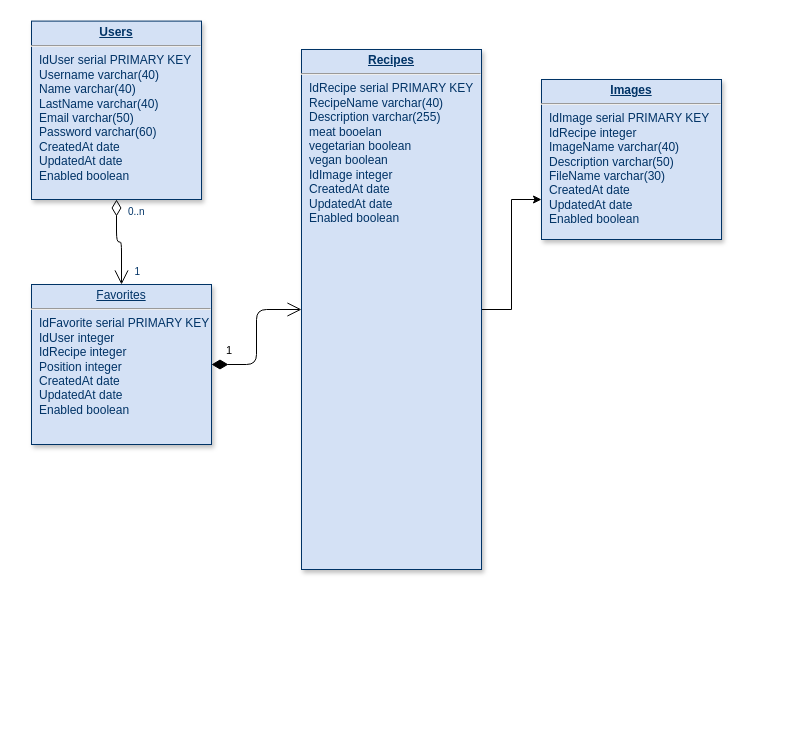
Above: Database.drawio in paraguin271828/react-cookbook (draw.io), before the change. Source tidied: cells renumbered, new cells numbered last; positions are measured from the earlier drawing's top-left corner, leaving out a move shared by most shapes. Both pictures are drawn from the tidied source at 100%, with x=0, y=0 at pixel (31, 21).
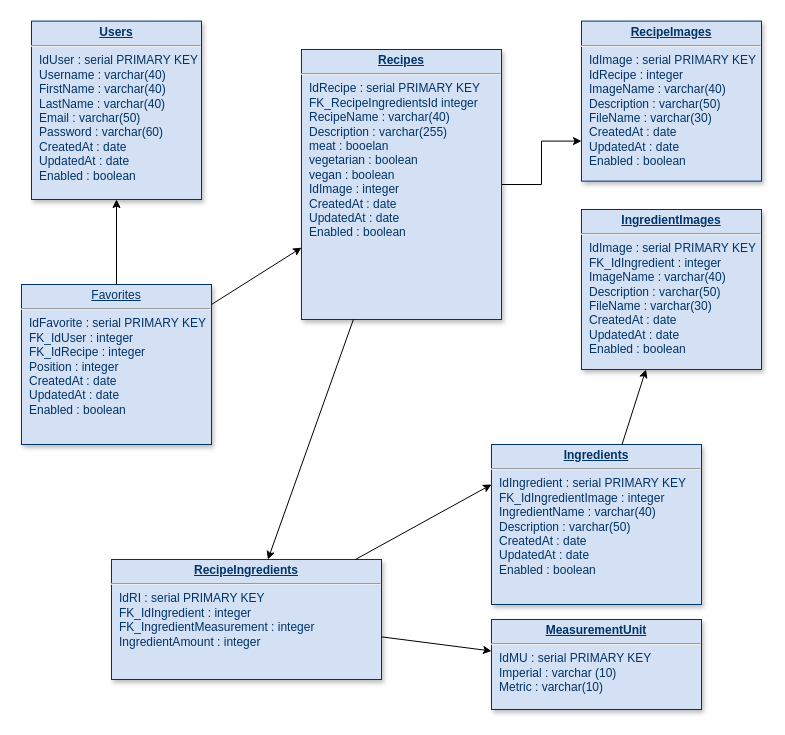
After the change.

What changed in the source:
```diff
@@
 <mxGraphModel background="#ffffff">
   <root>
     <mxCell id="0" />
     <mxCell id="1" parent="0" />
     <mxCell id="2" style="edgeStyle=orthogonalEdgeStyle;rounded=0;jettySize=auto;html=1;entryX=0;entryY=0.75;entryDx=0;entryDy=0;" parent="1" edge="1" source="3" target="10">
       <mxGeometry relative="1" as="geometry" />
     </mxCell>
-    <mxCell id="3" value="&lt;p style=&quot;margin: 0px ; margin-top: 4px ; text-align: center ; text-decoration: underline&quot;&gt;&lt;strong&gt;Recipes&lt;/strong&gt;&lt;/p&gt;&lt;hr&gt;&lt;p style=&quot;margin: 0px ; margin-left: 8px&quot;&gt;IdRecipe serial PRIMARY KEY&lt;br&gt;&lt;/p&gt;&lt;p style=&quot;margin: 0px ; margin-left: 8px&quot;&gt;RecipeName varchar(40)&lt;br&gt;&lt;/p&gt;&lt;p style=&quot;margin: 0px ; margin-left: 8px&quot;&gt;Description varchar(255)&lt;/p&gt;&lt;p style=&quot;margin: 0px ; margin-left: 8px&quot;&gt;meat booelan&lt;/p&gt;&lt;p style=&quot;margin: 0px ; margin-left: 8px&quot;&gt;vegetarian boolean&lt;/p&gt;&lt;p style=&quot;margin: 0px ; margin-left: 8px&quot;&gt;vegan boolean&lt;/p&gt;&lt;p style=&quot;margin: 0px ; margin-left: 8px&quot;&gt;IdImage integer&lt;br&gt;&lt;/p&gt;&lt;p style=&quot;margin: 0px ; margin-left: 8px&quot;&gt;CreatedAt date&lt;br&gt;&lt;/p&gt;&lt;p style=&quot;margin: 0px ; margin-left: 8px&quot;&gt;UpdatedAt date&lt;br&gt;&lt;/p&gt;&lt;p style=&quot;margin: 0px ; margin-left: 8px&quot;&gt;Enabled boolean&lt;br&gt;&lt;/p&gt;" style="verticalAlign=top;align=left;overflow=fill;fontSize=12;fontFamily=Helvetica;html=1;strokeColor=#003366;shadow=1;fillColor=#D4E1F5;fontColor=#003366;" parent="1" vertex="1">
-      <mxGeometry x="270" y="28" width="180" height="520" as="geometry" />
+    <mxCell id="3" value="&lt;p style=&quot;margin: 0px ; margin-top: 4px ; text-align: center ; text-decoration: underline&quot;&gt;&lt;strong&gt;Recipes&lt;/strong&gt;&lt;/p&gt;&lt;hr&gt;&lt;p style=&quot;margin: 0px ; margin-left: 8px&quot;&gt;IdRecipe : serial PRIMARY KEY&lt;/p&gt;&lt;p style=&quot;margin: 0px ; margin-left: 8px&quot;&gt;FK_RecipeIngredientsId integer&lt;br&gt;&lt;/p&gt;&lt;p style=&quot;margin: 0px ; margin-left: 8px&quot;&gt;RecipeName : varchar(40)&lt;br&gt;&lt;/p&gt;&lt;p style=&quot;margin: 0px ; margin-left: 8px&quot;&gt;Description : varchar(255)&lt;/p&gt;&lt;p style=&quot;margin: 0px ; margin-left: 8px&quot;&gt;meat : booelan&lt;/p&gt;&lt;p style=&quot;margin: 0px ; margin-left: 8px&quot;&gt;vegetarian : boolean&lt;/p&gt;&lt;p style=&quot;margin: 0px ; margin-left: 8px&quot;&gt;vegan : boolean&lt;/p&gt;&lt;p style=&quot;margin: 0px ; margin-left: 8px&quot;&gt;IdImage : integer&lt;br&gt;&lt;/p&gt;&lt;p style=&quot;margin: 0px ; margin-left: 8px&quot;&gt;CreatedAt : date&lt;br&gt;&lt;/p&gt;&lt;p style=&quot;margin: 0px ; margin-left: 8px&quot;&gt;UpdatedAt : date&lt;br&gt;&lt;/p&gt;&lt;p style=&quot;margin: 0px ; margin-left: 8px&quot;&gt;Enabled : boolean&lt;br&gt;&lt;/p&gt;" style="verticalAlign=top;align=left;overflow=fill;fontSize=12;fontFamily=Helvetica;html=1;strokeColor=#003366;shadow=1;fillColor=#D4E1F5;fontColor=#003366;" parent="1" vertex="1">
+      <mxGeometry x="270" y="28" width="200" height="270" as="geometry" />
     </mxCell>
-    <mxCell id="4" value="&lt;p style=&quot;margin: 0px ; margin-top: 4px ; text-align: center ; text-decoration: underline&quot;&gt;Favorites&lt;/p&gt;&lt;hr&gt;&lt;p style=&quot;margin: 0px ; margin-left: 8px&quot;&gt;IdFavorite serial PRIMARY KEY&lt;/p&gt;&lt;p style=&quot;margin: 0px ; margin-left: 8px&quot;&gt;IdUser integer&lt;br&gt;&lt;/p&gt;&lt;p style=&quot;margin: 0px ; margin-left: 8px&quot;&gt;IdRecipe integer&lt;/p&gt;&lt;p style=&quot;margin: 0px ; margin-left: 8px&quot;&gt;Position integer&lt;br&gt;&lt;/p&gt;&lt;p style=&quot;margin: 0px ; margin-left: 8px&quot;&gt;CreatedAt date&lt;br&gt;&lt;/p&gt;&lt;p style=&quot;margin: 0px ; margin-left: 8px&quot;&gt;UpdatedAt date&lt;br&gt;&lt;/p&gt;&lt;p style=&quot;margin: 0px ; margin-left: 8px&quot;&gt;Enabled boolean&lt;br&gt;&lt;/p&gt;" style="verticalAlign=top;align=left;overflow=fill;fontSize=12;fontFamily=Helvetica;html=1;strokeColor=#003366;shadow=1;fillColor=#D4E1F5;fontColor=#003366;" parent="1" vertex="1">
-      <mxGeometry y="263" width="180" height="160" as="geometry" />
+    <mxCell id="4" value="&lt;p style=&quot;margin: 0px ; margin-top: 4px ; text-align: center ; text-decoration: underline&quot;&gt;Favorites&lt;/p&gt;&lt;hr&gt;&lt;p style=&quot;margin: 0px ; margin-left: 8px&quot;&gt;IdFavorite : serial PRIMARY KEY&lt;/p&gt;&lt;p style=&quot;margin: 0px ; margin-left: 8px&quot;&gt;FK_IdUser : integer&lt;br&gt;&lt;/p&gt;&lt;p style=&quot;margin: 0px ; margin-left: 8px&quot;&gt;FK_IdRecipe : integer&lt;/p&gt;&lt;p style=&quot;margin: 0px ; margin-left: 8px&quot;&gt;Position : integer&lt;br&gt;&lt;/p&gt;&lt;p style=&quot;margin: 0px ; margin-left: 8px&quot;&gt;CreatedAt : date&lt;br&gt;&lt;/p&gt;&lt;p style=&quot;margin: 0px ; margin-left: 8px&quot;&gt;UpdatedAt : date&lt;br&gt;&lt;/p&gt;&lt;p style=&quot;margin: 0px ; margin-left: 8px&quot;&gt;Enabled : boolean&lt;br&gt;&lt;/p&gt;" style="verticalAlign=top;align=left;overflow=fill;fontSize=12;fontFamily=Helvetica;html=1;strokeColor=#003366;shadow=1;fillColor=#D4E1F5;fontColor=#003366;" parent="1" vertex="1">
+      <mxGeometry x="-10" y="263" width="190" height="160" as="geometry" />
     </mxCell>
-    <mxCell id="5" value="&lt;p style=&quot;margin: 0px ; margin-top: 4px ; text-align: center ; text-decoration: underline&quot;&gt;&lt;strong&gt;Users&lt;/strong&gt;&lt;/p&gt;&lt;hr&gt;&lt;p style=&quot;margin: 0px ; margin-left: 8px&quot;&gt;IdUser serial PRIMARY KEY&lt;br&gt;&lt;/p&gt;&lt;p style=&quot;margin: 0px ; margin-left: 8px&quot;&gt;Username varchar(40)&lt;br&gt;&lt;/p&gt;&lt;p style=&quot;margin: 0px ; margin-left: 8px&quot;&gt;Name varchar(40)&lt;br&gt;&lt;/p&gt;&lt;p style=&quot;margin: 0px ; margin-left: 8px&quot;&gt;LastName varchar(40)&lt;br&gt;&lt;/p&gt;&lt;p style=&quot;margin: 0px ; margin-left: 8px&quot;&gt;Email varchar(50)&lt;br&gt;&lt;/p&gt;&lt;p style=&quot;margin: 0px ; margin-left: 8px&quot;&gt;Password varchar(60)&lt;br&gt;&lt;/p&gt;&lt;p style=&quot;margin: 0px ; margin-left: 8px&quot;&gt;CreatedAt date&lt;br&gt;&lt;/p&gt;&lt;p style=&quot;margin: 0px ; margin-left: 8px&quot;&gt;UpdatedAt date&lt;br&gt;&lt;/p&gt;&lt;p style=&quot;margin: 0px ; margin-left: 8px&quot;&gt;Enabled boolean&lt;br&gt;&lt;/p&gt;" style="verticalAlign=top;align=left;overflow=fill;fontSize=12;fontFamily=Helvetica;html=1;strokeColor=#003366;shadow=1;fillColor=#D4E1F5;fontColor=#003366;" parent="1" vertex="1">
+    <mxCell id="5" value="&lt;p style=&quot;margin: 0px ; margin-top: 4px ; text-align: center ; text-decoration: underline&quot;&gt;&lt;strong&gt;Users&lt;/strong&gt;&lt;/p&gt;&lt;hr&gt;&lt;p style=&quot;margin: 0px ; margin-left: 8px&quot;&gt;IdUser : serial PRIMARY KEY&lt;br&gt;&lt;/p&gt;&lt;p style=&quot;margin: 0px ; margin-left: 8px&quot;&gt;Username : varchar(40)&lt;br&gt;&lt;/p&gt;&lt;p style=&quot;margin: 0px ; margin-left: 8px&quot;&gt;FirstName : varchar(40)&lt;br&gt;&lt;/p&gt;&lt;p style=&quot;margin: 0px ; margin-left: 8px&quot;&gt;LastName : varchar(40)&lt;br&gt;&lt;/p&gt;&lt;p style=&quot;margin: 0px ; margin-left: 8px&quot;&gt;Email : varchar(50)&lt;br&gt;&lt;/p&gt;&lt;p style=&quot;margin: 0px ; margin-left: 8px&quot;&gt;Password : varchar(60)&lt;br&gt;&lt;/p&gt;&lt;p style=&quot;margin: 0px ; margin-left: 8px&quot;&gt;CreatedAt : date&lt;br&gt;&lt;/p&gt;&lt;p style=&quot;margin: 0px ; margin-left: 8px&quot;&gt;UpdatedAt : date&lt;br&gt;&lt;/p&gt;&lt;p style=&quot;margin: 0px ; margin-left: 8px&quot;&gt;Enabled : boolean&lt;br&gt;&lt;/p&gt;" style="verticalAlign=top;align=left;overflow=fill;fontSize=12;fontFamily=Helvetica;html=1;strokeColor=#003366;shadow=1;fillColor=#D4E1F5;fontColor=#003366;" parent="1" vertex="1">
       <mxGeometry y="-0.4" width="170" height="178.4" as="geometry" />
     </mxCell>
-    <mxCell id="6" style="endArrow=open;endSize=12;startArrow=diamondThin;startSize=14;startFill=0;edgeStyle=orthogonalEdgeStyle;" parent="1" edge="1" source="5" target="4">
-      <mxGeometry x="620" y="340" as="geometry" />
-    </mxCell>
-    <mxCell id="7" value="0..n" style="align=left;verticalAlign=top;labelBackgroundColor=#ffffff;fontSize=10;strokeColor=#003366;shadow=1;fillColor=#D4E1F5;fontColor=#003366;" parent="6" vertex="1">
-      <mxGeometry x="-1" relative="1" as="geometry">
-        <mxPoint x="10" as="offset" />
-      </mxGeometry>
-    </mxCell>
-    <mxCell id="8" value="1" style="align=right;verticalAlign=top;labelBackgroundColor=#ffffff;fontSize=10;strokeColor=#003366;shadow=1;fillColor=#D4E1F5;fontColor=#003366;" parent="6" vertex="1">
-      <mxGeometry x="1" relative="1" as="geometry">
-        <mxPoint x="20" y="-25" as="offset" />
-      </mxGeometry>
-    </mxCell>
+    <mxCell id="10" value="&lt;p style=&quot;margin: 0px ; margin-top: 4px ; text-align: center ; text-decoration: underline&quot;&gt;&lt;strong&gt;RecipeImages&lt;/strong&gt;&lt;/p&gt;&lt;hr&gt;&lt;p style=&quot;margin: 0px ; margin-left: 8px&quot;&gt;IdImage : serial PRIMARY KEY&lt;/p&gt;&lt;p style=&quot;margin: 0px ; margin-left: 8px&quot;&gt;IdRecipe : integer&lt;br&gt;&lt;/p&gt;&lt;p style=&quot;margin: 0px ; margin-left: 8px&quot;&gt;ImageName : varchar(40)&lt;br&gt;&lt;/p&gt;&lt;p style=&quot;margin: 0px ; margin-left: 8px&quot;&gt;Description : varchar(50)&lt;/p&gt;&lt;p style=&quot;margin: 0px ; margin-left: 8px&quot;&gt;FileName : varchar(30)&lt;/p&gt;&lt;p style=&quot;margin: 0px ; margin-left: 8px&quot;&gt;CreatedAt : date&lt;br&gt;&lt;/p&gt;&lt;p style=&quot;margin: 0px ; margin-left: 8px&quot;&gt;UpdatedAt : date&lt;br&gt;&lt;/p&gt;&lt;p style=&quot;margin: 0px ; margin-left: 8px&quot;&gt;Enabled : boolean&lt;br&gt;&lt;/p&gt;" style="verticalAlign=top;align=left;overflow=fill;fontSize=12;fontFamily=Helvetica;html=1;strokeColor=#003366;shadow=1;fillColor=#D4E1F5;fontColor=#003366;" parent="1" vertex="1">
+      <mxGeometry x="550" y="-0.4" width="180" height="160" as="geometry" />
+    </mxCell>
+    <mxCell id="11" value="&lt;p style=&quot;margin: 0px ; margin-top: 4px ; text-align: center ; text-decoration: underline&quot;&gt;&lt;strong&gt;RecipeIngredients&lt;/strong&gt;&lt;/p&gt;&lt;hr&gt;&lt;p style=&quot;margin: 0px ; margin-left: 8px&quot;&gt;IdRI : serial PRIMARY KEY&lt;/p&gt;&lt;p style=&quot;margin: 0px ; margin-left: 8px&quot;&gt;FK_IdIngredient : integer&lt;/p&gt;&lt;p style=&quot;margin: 0px ; margin-left: 8px&quot;&gt;FK_IngredientMeasurement : integer&lt;/p&gt;&lt;p style=&quot;margin: 0px ; margin-left: 8px&quot;&gt;IngredientAmount : integer&lt;br&gt;&lt;/p&gt;" style="verticalAlign=top;align=left;overflow=fill;fontSize=12;fontFamily=Helvetica;html=1;strokeColor=#003366;shadow=1;fillColor=#D4E1F5;fontColor=#003366;" parent="1" vertex="1">
+      <mxGeometry x="80" y="538" width="270" height="120" as="geometry" />
+    </mxCell>
+    <mxCell id="12" value="&lt;p style=&quot;margin: 0px ; margin-top: 4px ; text-align: center ; text-decoration: underline&quot;&gt;&lt;strong&gt;Ingredients&lt;/strong&gt;&lt;/p&gt;&lt;hr&gt;&lt;p style=&quot;margin: 0px ; margin-left: 8px&quot;&gt;IdIngredient : serial PRIMARY KEY&lt;/p&gt;&lt;p style=&quot;margin: 0px ; margin-left: 8px&quot;&gt;FK_IdIngredientImage : integer&lt;br&gt;&lt;/p&gt;&lt;p style=&quot;margin: 0px ; margin-left: 8px&quot;&gt;IngredientName : varchar(40)&lt;br&gt;&lt;/p&gt;&lt;p style=&quot;margin: 0px ; margin-left: 8px&quot;&gt;Description : varchar(50)&lt;/p&gt;&lt;p style=&quot;margin: 0px ; margin-left: 8px&quot;&gt;CreatedAt : date&lt;br&gt;&lt;/p&gt;&lt;p style=&quot;margin: 0px ; margin-left: 8px&quot;&gt;UpdatedAt : date&lt;br&gt;&lt;/p&gt;&lt;p style=&quot;margin: 0px ; margin-left: 8px&quot;&gt;Enabled : boolean&lt;br&gt;&lt;/p&gt;" style="verticalAlign=top;align=left;overflow=fill;fontSize=12;fontFamily=Helvetica;html=1;strokeColor=#003366;shadow=1;fillColor=#D4E1F5;fontColor=#003366;" parent="1" vertex="1">
+      <mxGeometry x="460" y="423" width="210" height="160" as="geometry" />
+    </mxCell>
+    <mxCell id="13" value="&lt;p style=&quot;margin: 0px ; margin-top: 4px ; text-align: center ; text-decoration: underline&quot;&gt;&lt;strong&gt;MeasurementUnit&lt;/strong&gt;&lt;/p&gt;&lt;hr&gt;&lt;p style=&quot;margin: 0px ; margin-left: 8px&quot;&gt;IdMU : serial PRIMARY KEY&lt;/p&gt;&lt;p style=&quot;margin: 0px ; margin-left: 8px&quot;&gt;Imperial : varchar (10)&lt;br&gt;&lt;/p&gt;&lt;p style=&quot;margin: 0px ; margin-left: 8px&quot;&gt;Metric : varchar(10)&lt;/p&gt;" style="verticalAlign=top;align=left;overflow=fill;fontSize=12;fontFamily=Helvetica;html=1;strokeColor=#003366;shadow=1;fillColor=#D4E1F5;fontColor=#003366;" parent="1" vertex="1">
+      <mxGeometry x="460" y="598" width="210" height="90" as="geometry" />
+    </mxCell>
+    <mxCell id="14" style="endArrow=classic;html=1;entryX=0;entryY=0.25;entryDx=0;entryDy=0;" parent="1" edge="1" source="11" target="12">
+      <mxGeometry relative="1" as="geometry" />
+    </mxCell>
+    <mxCell id="15" style="endArrow=classic;html=1;" parent="1" edge="1" source="11" target="13">
+      <mxGeometry relative="1" as="geometry" />
+    </mxCell>
+    <mxCell id="16" value="&lt;p style=&quot;margin: 0px ; margin-top: 4px ; text-align: center ; text-decoration: underline&quot;&gt;&lt;strong&gt;IngredientImages&lt;/strong&gt;&lt;/p&gt;&lt;hr&gt;&lt;p style=&quot;margin: 0px ; margin-left: 8px&quot;&gt;IdImage : serial PRIMARY KEY&lt;/p&gt;&lt;p style=&quot;margin: 0px ; margin-left: 8px&quot;&gt;FK_IdIngredient : integer&lt;br&gt;&lt;/p&gt;&lt;p style=&quot;margin: 0px ; margin-left: 8px&quot;&gt;ImageName : varchar(40)&lt;br&gt;&lt;/p&gt;&lt;p style=&quot;margin: 0px ; margin-left: 8px&quot;&gt;Description : varchar(50)&lt;/p&gt;&lt;p style=&quot;margin: 0px ; margin-left: 8px&quot;&gt;FileName : varchar(30)&lt;/p&gt;&lt;p style=&quot;margin: 0px ; margin-left: 8px&quot;&gt;CreatedAt : date&lt;br&gt;&lt;/p&gt;&lt;p style=&quot;margin: 0px ; margin-left: 8px&quot;&gt;UpdatedAt : date&lt;br&gt;&lt;/p&gt;&lt;p style=&quot;margin: 0px ; margin-left: 8px&quot;&gt;Enabled : boolean&lt;br&gt;&lt;/p&gt;" style="verticalAlign=top;align=left;overflow=fill;fontSize=12;fontFamily=Helvetica;html=1;strokeColor=#003366;shadow=1;fillColor=#D4E1F5;fontColor=#003366;" parent="1" vertex="1">
+      <mxGeometry x="550" y="188" width="180" height="160" as="geometry" />
+    </mxCell>
+    <mxCell id="17" style="endArrow=classic;html=1;" parent="1" edge="1" source="12" target="16">
+      <mxGeometry relative="1" as="geometry" />
+    </mxCell>
-    <mxCell id="9" value="1" style="endArrow=open;endSize=12;startArrow=diamondThin;startSize=14;startFill=1;edgeStyle=orthogonalEdgeStyle;align=left;verticalAlign=bottom;" parent="1" edge="1" source="4" target="3">
-      <mxGeometry x="-0.82" y="5" relative="1" as="geometry" />
+    <mxCell id="9" style="endArrow=classic;html=1;" parent="1" edge="1" source="4" target="3">
+      <mxGeometry relative="1" as="geometry" />
     </mxCell>
-    <mxCell id="10" value="&lt;p style=&quot;margin: 0px ; margin-top: 4px ; text-align: center ; text-decoration: underline&quot;&gt;&lt;strong&gt;Images&lt;/strong&gt;&lt;/p&gt;&lt;hr&gt;&lt;p style=&quot;margin: 0px ; margin-left: 8px&quot;&gt;IdImage serial PRIMARY KEY&lt;/p&gt;&lt;p style=&quot;margin: 0px ; margin-left: 8px&quot;&gt;IdRecipe integer&lt;br&gt;&lt;/p&gt;&lt;p style=&quot;margin: 0px ; margin-left: 8px&quot;&gt;ImageName varchar(40)&lt;br&gt;&lt;/p&gt;&lt;p style=&quot;margin: 0px ; margin-left: 8px&quot;&gt;Description varchar(50)&lt;/p&gt;&lt;p style=&quot;margin: 0px ; margin-left: 8px&quot;&gt;FileName varchar(30)&lt;/p&gt;&lt;p style=&quot;margin: 0px ; margin-left: 8px&quot;&gt;CreatedAt date&lt;br&gt;&lt;/p&gt;&lt;p style=&quot;margin: 0px ; margin-left: 8px&quot;&gt;UpdatedAt date&lt;br&gt;&lt;/p&gt;&lt;p style=&quot;margin: 0px ; margin-left: 8px&quot;&gt;Enabled boolean&lt;br&gt;&lt;/p&gt;" style="verticalAlign=top;align=left;overflow=fill;fontSize=12;fontFamily=Helvetica;html=1;strokeColor=#003366;shadow=1;fillColor=#D4E1F5;fontColor=#003366;" parent="1" vertex="1">
-      <mxGeometry x="510" y="58" width="180" height="160" as="geometry" />
-    </mxCell>
+    <mxCell id="18" style="endArrow=classic;html=1;" parent="1" edge="1" source="3" target="11">
+      <mxGeometry relative="1" as="geometry" />
+    </mxCell>
+    <mxCell id="19" style="endArrow=classic;html=1;" parent="1" edge="1" source="4" target="5">
+      <mxGeometry relative="1" as="geometry" />
+    </mxCell>
   </root>
 </mxGraphModel>
```
